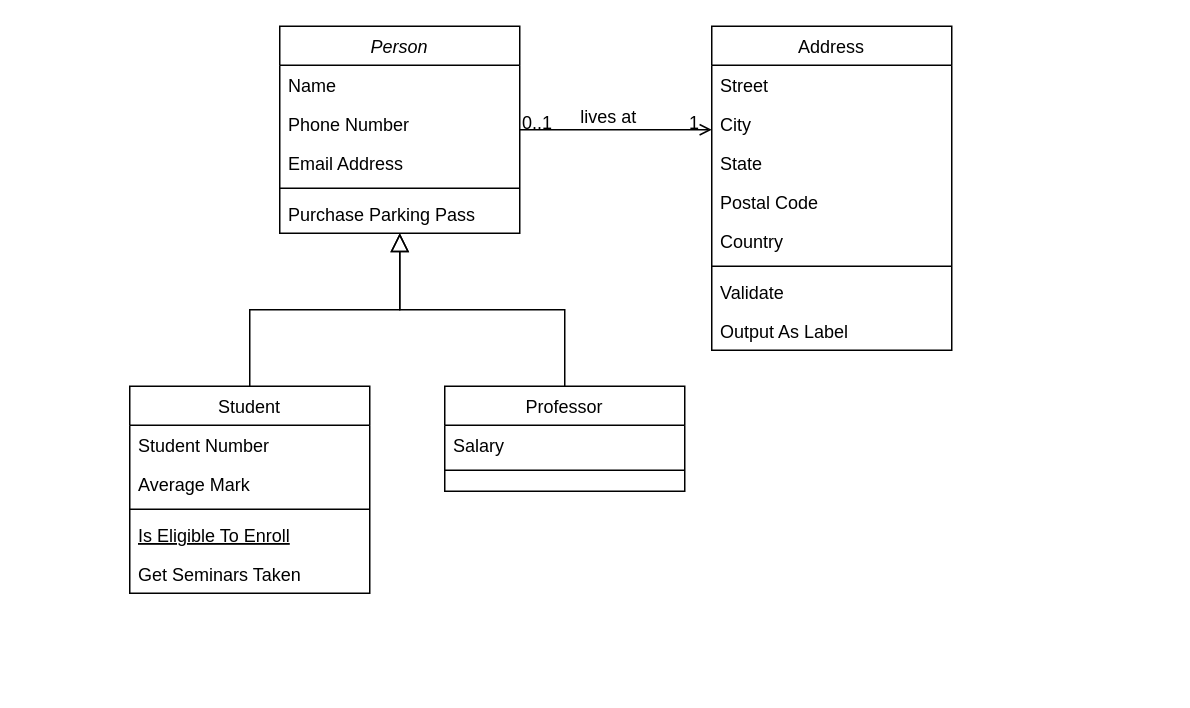
mickeycv120/OdontLab keeps this draw.io diagram as OdontLab.drawio. Above is the earlier version. Source tidied: cells renumbered, new cells numbered last; positions are measured from the earlier drawing's top-left corner, leaving out a move shared by most shapes. Both pictures are drawn from the tidied source at 150%, with x=0, y=0 at pixel (129, 26).
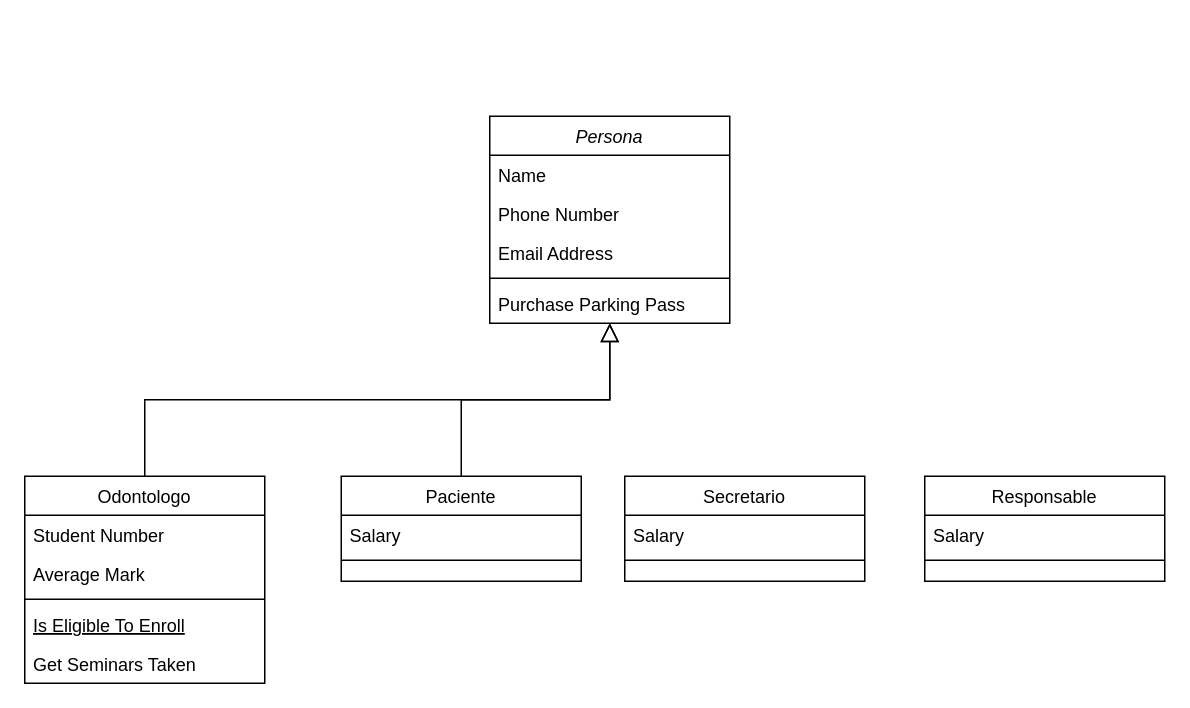
After the change.

Change to the diagram source:
```diff
@@
-    <mxCell id="2" value="Person" style="swimlane;fontStyle=2;align=center;verticalAlign=top;horizontal=1;startSize=26;rounded=0;shadow=0;strokeWidth=1;" parent="1" vertex="1">
-      <mxGeometry x="100" width="160" height="138" as="geometry" />
+    <mxCell id="2" value="Persona" style="swimlane;fontStyle=2;align=center;verticalAlign=top;horizontal=1;startSize=26;rounded=0;shadow=0;strokeWidth=1;" parent="1" vertex="1">
+      <mxGeometry x="240" y="60" width="160" height="138" as="geometry" />
     </mxCell>
@@
-    <mxCell id="8" value="Student" style="swimlane;fontStyle=0;align=center;verticalAlign=top;horizontal=1;startSize=26;rounded=0;shadow=0;strokeWidth=1;" parent="1" vertex="1">
-      <mxGeometry y="240" width="160" height="138" as="geometry" />
+    <mxCell id="8" value="Odontologo&#10;" style="swimlane;fontStyle=0;align=center;verticalAlign=top;horizontal=1;startSize=26;rounded=0;shadow=0;strokeWidth=1;" parent="1" vertex="1">
+      <mxGeometry x="-70" y="300" width="160" height="138" as="geometry" />
     </mxCell>
@@
-    <mxCell id="15" value="Professor" style="swimlane;fontStyle=0;align=center;verticalAlign=top;horizontal=1;startSize=26;rounded=0;shadow=0;strokeWidth=1;" parent="1" vertex="1">
-      <mxGeometry x="210" y="240" width="160" height="70" as="geometry" />
+    <mxCell id="15" value="Paciente" style="swimlane;fontStyle=0;align=center;verticalAlign=top;horizontal=1;startSize=26;rounded=0;shadow=0;strokeWidth=1;" parent="1" vertex="1">
+      <mxGeometry x="141" y="300" width="160" height="70" as="geometry" />
     </mxCell>
@@
-    <mxCell id="19" value="Address" style="swimlane;fontStyle=0;align=center;verticalAlign=top;horizontal=1;startSize=26;rounded=0;shadow=0;strokeWidth=1;" parent="1" vertex="1">
-      <mxGeometry x="388" width="160" height="216" as="geometry" />
-    </mxCell>
-    <mxCell id="20" value="Street" style="text;align=left;verticalAlign=top;spacingLeft=4;spacingRight=4;overflow=hidden;" parent="19" vertex="1">
-      <mxGeometry y="26" width="160" height="26" as="geometry" />
-    </mxCell>
-    <mxCell id="21" value="City" style="text;align=left;verticalAlign=top;spacingLeft=4;spacingRight=4;overflow=hidden;rounded=0;shadow=0;html=0;" parent="19" vertex="1">
-      <mxGeometry y="52" width="160" height="26" as="geometry" />
-    </mxCell>
-    <mxCell id="22" value="State" style="text;align=left;verticalAlign=top;spacingLeft=4;spacingRight=4;overflow=hidden;rounded=0;shadow=0;html=0;" parent="19" vertex="1">
-      <mxGeometry y="78" width="160" height="26" as="geometry" />
-    </mxCell>
-    <mxCell id="23" value="Postal Code" style="text;align=left;verticalAlign=top;spacingLeft=4;spacingRight=4;overflow=hidden;rounded=0;shadow=0;html=0;" parent="19" vertex="1">
-      <mxGeometry y="104" width="160" height="26" as="geometry" />
-    </mxCell>
-    <mxCell id="24" value="Country" style="text;align=left;verticalAlign=top;spacingLeft=4;spacingRight=4;overflow=hidden;rounded=0;shadow=0;html=0;" parent="19" vertex="1">
-      <mxGeometry y="130" width="160" height="26" as="geometry" />
-    </mxCell>
-    <mxCell id="25" style="line;html=1;strokeWidth=1;align=left;verticalAlign=middle;spacingTop=-1;spacingLeft=3;spacingRight=3;labelPosition=right;" parent="19" vertex="1">
-      <mxGeometry y="156" width="160" height="8" as="geometry" />
-    </mxCell>
-    <mxCell id="26" value="Validate" style="text;align=left;verticalAlign=top;spacingLeft=4;spacingRight=4;overflow=hidden;" parent="19" vertex="1">
-      <mxGeometry y="164" width="160" height="26" as="geometry" />
-    </mxCell>
-    <mxCell id="27" value="Output As Label" style="text;align=left;verticalAlign=top;spacingLeft=4;spacingRight=4;overflow=hidden;" parent="19" vertex="1">
-      <mxGeometry y="190" width="160" height="26" as="geometry" />
-    </mxCell>
-    <mxCell id="28" style="endArrow=open;shadow=0;strokeWidth=1;rounded=0;curved=0;endFill=1;edgeStyle=elbowEdgeStyle;elbow=vertical;" parent="1" edge="1" source="2" target="19">
-      <mxGeometry x="0.5" y="41" relative="1" as="geometry">
-        <mxPoint x="-40" y="32" as="offset" />
-      </mxGeometry>
-    </mxCell>
-    <mxCell id="29" value="0..1" style="align=left;verticalAlign=bottom;labelBackgroundColor=none;fontSize=12;" parent="28" vertex="1">
-      <mxGeometry x="-1" relative="1" as="geometry">
-        <mxPoint y="4" as="offset" />
-      </mxGeometry>
-    </mxCell>
-    <mxCell id="30" value="1" style="align=right;verticalAlign=bottom;labelBackgroundColor=none;fontSize=12;" parent="28" vertex="1">
-      <mxGeometry x="1" relative="1" as="geometry">
-        <mxPoint x="-7" y="4" as="offset" />
-      </mxGeometry>
-    </mxCell>
-    <mxCell id="31" value="lives at" style="text;html=1;align=center;verticalAlign=middle;labelBackgroundColor=none;rounded=0;shadow=0;strokeWidth=1;fontSize=12;" parent="28" vertex="1">
-      <mxGeometry x="0.5" y="49" relative="1" as="geometry">
-        <mxPoint x="-38" y="40" as="offset" />
-      </mxGeometry>
-    </mxCell>
+    <mxCell id="32" value="Secretario&#10;" style="swimlane;fontStyle=0;align=center;verticalAlign=top;horizontal=1;startSize=26;rounded=0;shadow=0;strokeWidth=1;" parent="1" vertex="1">
+      <mxGeometry x="330" y="300" width="160" height="70" as="geometry" />
+    </mxCell>
+    <mxCell id="33" value="Salary" style="text;align=left;verticalAlign=top;spacingLeft=4;spacingRight=4;overflow=hidden;" parent="32" vertex="1">
+      <mxGeometry y="26" width="160" height="26" as="geometry" />
+    </mxCell>
+    <mxCell id="34" style="line;html=1;strokeWidth=1;align=left;verticalAlign=middle;spacingTop=-1;spacingLeft=3;spacingRight=3;labelPosition=right;" parent="32" vertex="1">
+      <mxGeometry y="52" width="160" height="8" as="geometry" />
+    </mxCell>
+    <mxCell id="35" value="Responsable" style="swimlane;fontStyle=0;align=center;verticalAlign=top;horizontal=1;startSize=26;rounded=0;shadow=0;strokeWidth=1;" parent="1" vertex="1">
+      <mxGeometry x="530" y="300" width="160" height="70" as="geometry" />
+    </mxCell>
+    <mxCell id="36" value="Salary" style="text;align=left;verticalAlign=top;spacingLeft=4;spacingRight=4;overflow=hidden;" parent="35" vertex="1">
+      <mxGeometry y="26" width="160" height="26" as="geometry" />
+    </mxCell>
+    <mxCell id="37" style="line;html=1;strokeWidth=1;align=left;verticalAlign=middle;spacingTop=-1;spacingLeft=3;spacingRight=3;labelPosition=right;" parent="35" vertex="1">
+      <mxGeometry y="52" width="160" height="8" as="geometry" />
+    </mxCell>
```
